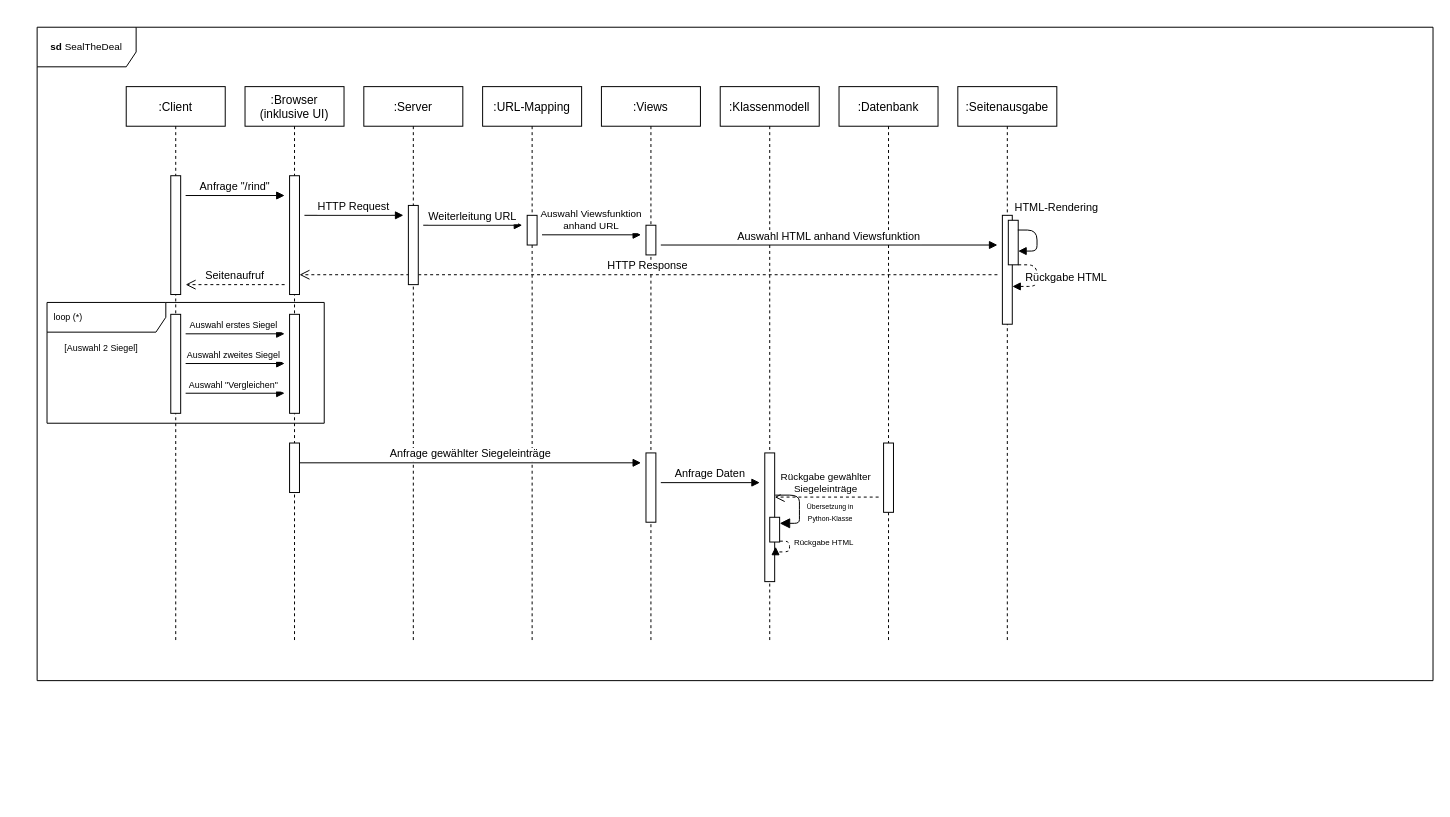
This is Sequenzdiagramm.drawio from schnarkus/SWE-II, a draw.io file, before an edit. Source tidied: cells renumbered, new cells numbered last; positions are measured from the earlier drawing's top-left corner, leaving out a move shared by most shapes. Both pictures are drawn from the tidied source at 99%, with x=0, y=0 at pixel (-166, 27).
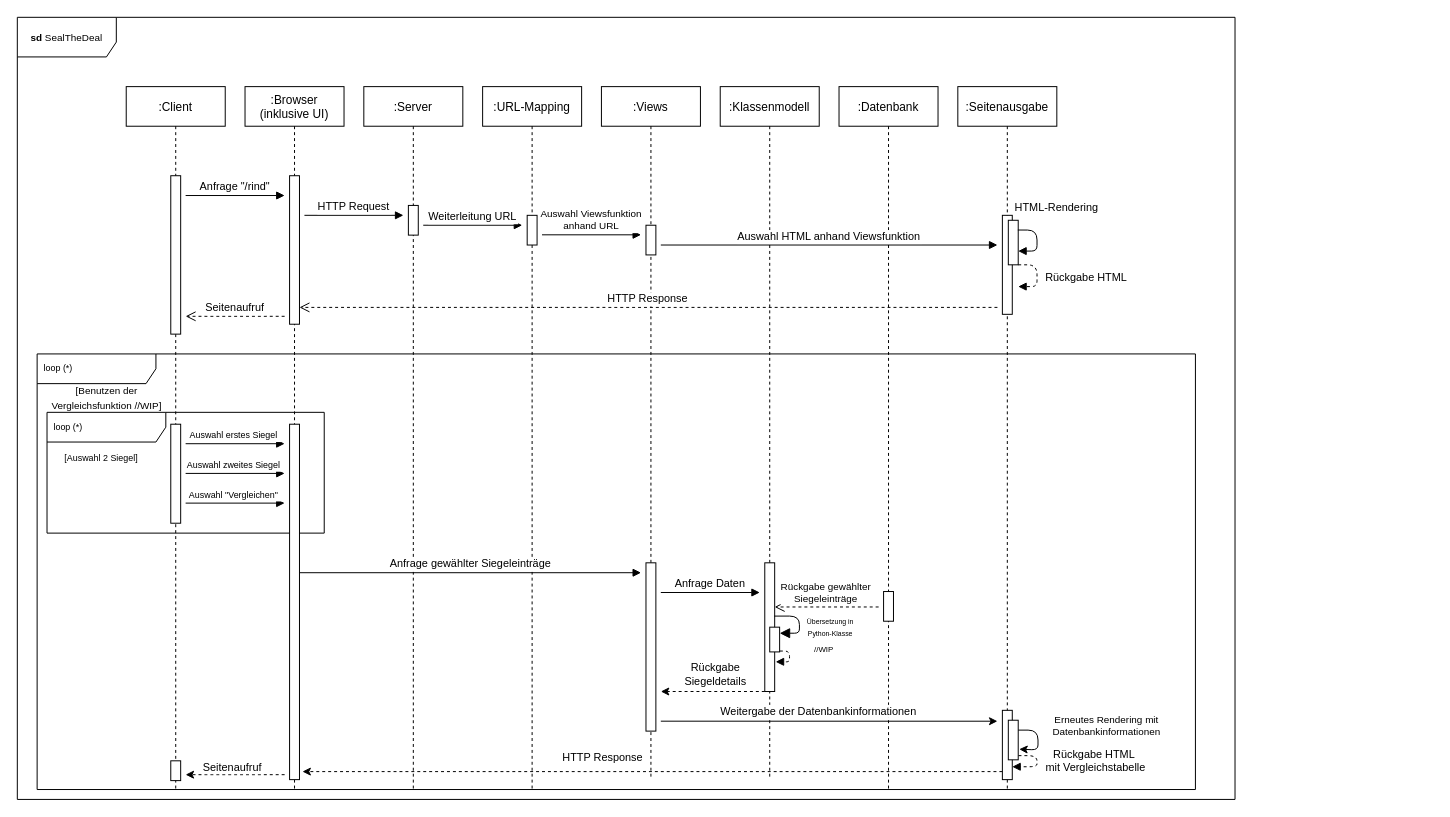
After the change.

Commit message:
Erster fertiger Entwurf

The edit, as a diff of the source:
```diff
@@
+    <mxCell id="3" value="&lt;font style=&quot;font-size: 10px&quot;&gt;&lt;b&gt;sd &lt;/b&gt;SealTheDeal&lt;/font&gt;" style="shape=umlFrame;whiteSpace=wrap;html=1;width=100;height=40;" parent="1" vertex="1">
+      <mxGeometry x="185" y="-10" width="1230" height="790" as="geometry" />
+    </mxCell>
     <mxCell id="2" value="loop (*)" style="shape=umlFrame;whiteSpace=wrap;html=1;width=120;height=30;boundedLbl=1;verticalAlign=middle;align=left;spacingLeft=5;fontSize=9;" parent="1" vertex="1">
-      <mxGeometry x="215" y="278" width="280" height="122" as="geometry" />
+      <mxGeometry x="215" y="389" width="280" height="122" as="geometry" />
     </mxCell>
-    <mxCell id="3" value="&lt;font style=&quot;font-size: 10px&quot;&gt;&lt;b&gt;sd &lt;/b&gt;SealTheDeal&lt;/font&gt;" style="shape=umlFrame;whiteSpace=wrap;html=1;width=100;height=40;" parent="1" vertex="1">
-      <mxGeometry x="205" width="1410" height="660" as="geometry" />
-    </mxCell>
@@
     <mxCell id="6" value=":Browser &#10;(inklusive UI)" style="shape=umlLifeline;perimeter=lifelinePerimeter;rounded=0;shadow=0;strokeWidth=1;" parent="1" vertex="1">
-      <mxGeometry x="415" y="60" width="100" height="560" as="geometry" />
+      <mxGeometry x="415" y="60" width="100" height="710" as="geometry" />
     </mxCell>
     <mxCell id="7" style="points=[];perimeter=orthogonalPerimeter;rounded=0;shadow=0;strokeWidth=1;" parent="6" vertex="1">
-      <mxGeometry x="45" y="90" width="10" height="120" as="geometry" />
+      <mxGeometry x="45" y="90" width="10" height="150" as="geometry" />
     </mxCell>
     <mxCell id="8" value="Auswahl erstes Siegel " style="verticalAlign=bottom;endArrow=block;shadow=0;strokeWidth=1;fontSize=9;" parent="6" edge="1">
       <mxGeometry relative="1" as="geometry">
-        <mxPoint x="-60" y="249.7" as="sourcePoint" />
-        <mxPoint x="40" y="249.7" as="targetPoint" />
+        <mxPoint x="-60" y="360.7" as="sourcePoint" />
+        <mxPoint x="40" y="360.7" as="targetPoint" />
       </mxGeometry>
     </mxCell>
     <mxCell id="9" value="Auswahl &quot;Vergleichen&quot; " style="verticalAlign=bottom;endArrow=block;shadow=0;strokeWidth=1;fontSize=9;" parent="6" edge="1">
       <mxGeometry relative="1" as="geometry">
-        <mxPoint x="-60" y="309.7" as="sourcePoint" />
-        <mxPoint x="40" y="309.7" as="targetPoint" />
+        <mxPoint x="-60" y="420.7" as="sourcePoint" />
+        <mxPoint x="40" y="420.7" as="targetPoint" />
       </mxGeometry>
     </mxCell>
-    <mxCell id="10" style="perimeter=orthogonalPerimeter;rounded=0;shadow=0;strokeWidth=1;" parent="6" vertex="1">
-      <mxGeometry x="45" y="360" width="10" height="50" as="geometry" />
-    </mxCell>
     <mxCell id="11" value=":Client" style="shape=umlLifeline;perimeter=lifelinePerimeter;rounded=0;shadow=0;strokeWidth=1;" parent="1" vertex="1">
-      <mxGeometry x="295" y="60" width="100" height="560" as="geometry" />
+      <mxGeometry x="295" y="60" width="100" height="710" as="geometry" />
     </mxCell>
     <mxCell id="12" style="perimeter=orthogonalPerimeter;rounded=0;shadow=0;strokeWidth=1;" parent="11" vertex="1">
-      <mxGeometry x="45" y="90" width="10" height="120" as="geometry" />
+      <mxGeometry x="45" y="90" width="10" height="160" as="geometry" />
     </mxCell>
+    <mxCell id="47" style="perimeter=orthogonalPerimeter;rounded=0;shadow=0;strokeWidth=1;" parent="11" vertex="1">
+      <mxGeometry x="45" y="681" width="10" height="20" as="geometry" />
+    </mxCell>
     <mxCell id="13" value=":Datenbank" style="shape=umlLifeline;perimeter=lifelinePerimeter;rounded=0;shadow=0;strokeWidth=1;" parent="1" vertex="1">
-      <mxGeometry x="1015" y="60" width="100" height="560" as="geometry" />
+      <mxGeometry x="1015" y="60" width="100" height="710" as="geometry" />
     </mxCell>
     <mxCell id="14" style="perimeter=orthogonalPerimeter;rounded=0;shadow=0;strokeWidth=1;" parent="13" vertex="1">
-      <mxGeometry x="45" y="360" width="10" height="70" as="geometry" />
+      <mxGeometry x="45" y="510" width="10" height="30" as="geometry" />
     </mxCell>
     <mxCell id="15" value="Rückgabe gewählter &#10;Siegeleinträge" style="verticalAlign=bottom;endArrow=open;dashed=1;endSize=8;shadow=0;strokeWidth=1;fontSize=10;" parent="13" edge="1" target="23">
       <mxGeometry relative="1" as="geometry">
-        <mxPoint x="40" y="414.6" as="sourcePoint" />
+        <mxPoint x="40" y="525.6" as="sourcePoint" />
       </mxGeometry>
     </mxCell>
     <mxCell id="16" value=":URL-Mapping" style="shape=umlLifeline;perimeter=lifelinePerimeter;rounded=0;shadow=0;strokeWidth=1;" parent="1" vertex="1">
-      <mxGeometry x="655" y="60" width="100" height="560" as="geometry" />
+      <mxGeometry x="655" y="60" width="100" height="710" as="geometry" />
     </mxCell>
@@
     <mxCell id="18" value=":Views" style="shape=umlLifeline;perimeter=lifelinePerimeter;rounded=0;shadow=0;strokeWidth=1;" parent="1" vertex="1">
-      <mxGeometry x="775" y="60" width="100" height="560" as="geometry" />
+      <mxGeometry x="775" y="60" width="100" height="700" as="geometry" />
     </mxCell>
@@
     <mxCell id="21" style="points=[];perimeter=orthogonalPerimeter;rounded=0;shadow=0;strokeWidth=1;" parent="18" vertex="1">
-      <mxGeometry x="45" y="370" width="10" height="70" as="geometry" />
+      <mxGeometry x="45" y="481" width="10" height="170" as="geometry" />
     </mxCell>
     <mxCell id="22" value=":Klassenmodell" style="shape=umlLifeline;perimeter=lifelinePerimeter;rounded=0;shadow=0;strokeWidth=1;" parent="1" vertex="1">
-      <mxGeometry x="895" y="60" width="100" height="560" as="geometry" />
+      <mxGeometry x="895" y="60" width="100" height="700" as="geometry" />
     </mxCell>
     <mxCell id="23" style="points=[];perimeter=orthogonalPerimeter;rounded=0;shadow=0;strokeWidth=1;" parent="22" vertex="1">
-      <mxGeometry x="45" y="370" width="10" height="130" as="geometry" />
+      <mxGeometry x="45" y="481" width="10" height="130" as="geometry" />
     </mxCell>
     <mxCell id="24" style="points=[];perimeter=orthogonalPerimeter;rounded=0;shadow=0;strokeWidth=1;" parent="22" vertex="1">
-      <mxGeometry x="50" y="435" width="10" height="25" as="geometry" />
+      <mxGeometry x="50" y="546" width="10" height="25" as="geometry" />
     </mxCell>
-    <mxCell id="25" style="verticalAlign=bottom;endArrow=block;endSize=8;shadow=0;strokeWidth=1;exitX=1.056;exitY=0.328;exitDx=0;exitDy=0;exitPerimeter=0;edgeStyle=orthogonalEdgeStyle;endFill=1;entryX=1.007;entryY=0.245;entryDx=0;entryDy=0;entryPerimeter=0;" parent="22" edge="1" source="23" target="24">
+    <mxCell id="25" style="verticalAlign=bottom;endArrow=block;endSize=8;shadow=0;strokeWidth=1;exitX=0.958;exitY=0.414;exitDx=0;exitDy=0;exitPerimeter=0;edgeStyle=orthogonalEdgeStyle;endFill=1;entryX=1.007;entryY=0.245;entryDx=0;entryDy=0;entryPerimeter=0;" parent="22" edge="1" source="23" target="24">
       <mxGeometry relative="1" as="geometry">
         <Array as="points">
-          <mxPoint x="80" y="426" />
-          <mxPoint x="80" y="441" />
-          <mxPoint x="66" y="441" />
+          <mxPoint x="80" y="535" />
+          <mxPoint x="80" y="552" />
         </Array>
       </mxGeometry>
     </mxCell>
@@
-    <mxCell id="27" value="Rückgabe HTML" style="verticalAlign=bottom;endArrow=block;shadow=0;strokeWidth=1;entryX=1.093;entryY=0.729;entryDx=0;entryDy=0;entryPerimeter=0;edgeStyle=orthogonalEdgeStyle;exitX=1.022;exitY=0.965;exitDx=0;exitDy=0;exitPerimeter=0;dashed=1;fontSize=8;" parent="22" edge="1" source="24" target="23">
+    <mxCell id="27" value="//WIP" style="verticalAlign=bottom;endArrow=block;shadow=0;strokeWidth=1;edgeStyle=orthogonalEdgeStyle;exitX=1.022;exitY=0.965;exitDx=0;exitDy=0;exitPerimeter=0;dashed=1;fontSize=8;" parent="22" edge="1" source="24">
       <mxGeometry x="-0.07" y="35" relative="1" as="geometry">
+        <mxPoint x="56" y="581" as="targetPoint" />
         <Array as="points">
-          <mxPoint x="70" y="459" />
-          <mxPoint x="70" y="470" />
-          <mxPoint x="56" y="470" />
+          <mxPoint x="70" y="570" />
+          <mxPoint x="70" y="581" />
+          <mxPoint x="56" y="581" />
         </Array>
       </mxGeometry>
     </mxCell>
     <mxCell id="28" value=":Seitenausgabe" style="shape=umlLifeline;perimeter=lifelinePerimeter;rounded=0;shadow=0;strokeWidth=1;" parent="1" vertex="1">
-      <mxGeometry x="1135" y="60" width="100" height="560" as="geometry" />
+      <mxGeometry x="1135" y="60" width="100" height="710" as="geometry" />
     </mxCell>
     <mxCell id="29" style="points=[];perimeter=orthogonalPerimeter;rounded=0;shadow=0;strokeWidth=1;" parent="28" vertex="1">
-      <mxGeometry x="45" y="130" width="10" height="110" as="geometry" />
+      <mxGeometry x="45" y="130" width="10" height="100" as="geometry" />
     </mxCell>
@@
-    <mxCell id="32" value="HTTP Response" style="verticalAlign=bottom;endArrow=open;dashed=1;endSize=8;shadow=0;strokeWidth=1;" parent="28" edge="1" target="7">
+    <mxCell id="32" value="HTTP Response" style="verticalAlign=bottom;endArrow=open;dashed=1;endSize=8;shadow=0;strokeWidth=1;" parent="28" edge="1">
       <mxGeometry relative="1" as="geometry">
-        <mxPoint x="40" y="190" as="sourcePoint" />
+        <mxPoint x="40" y="223" as="sourcePoint" />
+        <mxPoint x="-665" y="223" as="targetPoint" />
       </mxGeometry>
     </mxCell>
-    <mxCell id="33" value="Rückgabe HTML" style="verticalAlign=bottom;endArrow=block;shadow=0;strokeWidth=1;entryX=1.009;entryY=0.653;entryDx=0;entryDy=0;entryPerimeter=0;edgeStyle=orthogonalEdgeStyle;exitX=0.963;exitY=0.219;exitDx=0;exitDy=0;exitPerimeter=0;dashed=1;" parent="28" edge="1" target="29">
-      <mxGeometry x="0.24" y="30" relative="1" as="geometry">
+    <mxCell id="33" value="Rückgabe HTML" style="verticalAlign=bottom;endArrow=block;shadow=0;strokeWidth=1;edgeStyle=orthogonalEdgeStyle;exitX=0.963;exitY=0.219;exitDx=0;exitDy=0;exitPerimeter=0;dashed=1;" parent="28" edge="1">
+      <mxGeometry x="0.37" y="-50" relative="1" as="geometry">
         <mxPoint x="61" y="180" as="sourcePoint" />
+        <mxPoint x="61" y="202" as="targetPoint" />
         <Array as="points">
           <mxPoint x="80" y="180" />
           <mxPoint x="80" y="202" />
         </Array>
-        <mxPoint x="30" y="-30" as="offset" />
+        <mxPoint x="50" y="50" as="offset" />
       </mxGeometry>
     </mxCell>
+    <mxCell id="48" style="perimeter=orthogonalPerimeter;rounded=0;shadow=0;strokeWidth=1;" parent="28" vertex="1">
+      <mxGeometry x="45" y="630" width="10" height="70" as="geometry" />
+    </mxCell>
+    <mxCell id="49" style="points=[];perimeter=orthogonalPerimeter;rounded=0;shadow=0;strokeWidth=1;" parent="28" vertex="1">
+      <mxGeometry x="51" y="640" width="10" height="40" as="geometry" />
+    </mxCell>
+    <mxCell id="50" value="Rückgabe HTML&#10; mit Vergleichstabelle" style="verticalAlign=bottom;endArrow=block;shadow=0;strokeWidth=1;edgeStyle=orthogonalEdgeStyle;dashed=1;exitX=1.026;exitY=0.894;exitDx=0;exitDy=0;exitPerimeter=0;" parent="28" edge="1" source="49">
+      <mxGeometry x="0.15" y="61" relative="1" as="geometry">
+        <mxPoint x="55" y="687" as="targetPoint" />
+        <Array as="points">
+          <mxPoint x="80" y="676" />
+          <mxPoint x="80" y="687" />
+        </Array>
+        <mxPoint x="60" y="-51" as="offset" />
+      </mxGeometry>
+    </mxCell>
+    <mxCell id="51" style="edgeStyle=orthogonalEdgeStyle;html=1;entryX=1.106;entryY=0.732;entryDx=0;entryDy=0;entryPerimeter=0;fontSize=10;" parent="28" edge="1" source="49" target="49">
+      <mxGeometry relative="1" as="geometry">
+        <Array as="points">
+          <mxPoint x="61" y="657" />
+        </Array>
+      </mxGeometry>
+    </mxCell>
@@
     <mxCell id="35" value=":Server" style="shape=umlLifeline;perimeter=lifelinePerimeter;rounded=0;shadow=0;strokeWidth=1;" parent="1" vertex="1">
-      <mxGeometry x="535" y="60" width="100" height="560" as="geometry" />
+      <mxGeometry x="535" y="60" width="100" height="710" as="geometry" />
     </mxCell>
     <mxCell id="36" style="perimeter=orthogonalPerimeter;rounded=0;shadow=0;strokeWidth=1;" parent="35" vertex="1">
-      <mxGeometry x="45" y="120" width="10" height="80" as="geometry" />
+      <mxGeometry x="45" y="120" width="10" height="30" as="geometry" />
     </mxCell>
     <mxCell id="37" value="Anfrage gewählter Siegeleinträge" style="verticalAlign=bottom;endArrow=block;shadow=0;strokeWidth=1;" parent="35" edge="1">
       <mxGeometry relative="1" as="geometry">
-        <mxPoint x="-65" y="380" as="sourcePoint" />
-        <mxPoint x="280" y="380" as="targetPoint" />
+        <mxPoint x="-65" y="491" as="sourcePoint" />
+        <mxPoint x="280" y="491" as="targetPoint" />
       </mxGeometry>
     </mxCell>
@@
     <mxCell id="39" value="Seitenaufruf" style="verticalAlign=bottom;endArrow=open;dashed=1;endSize=8;shadow=0;strokeWidth=1;" parent="1" edge="1">
       <mxGeometry relative="1" as="geometry">
-        <mxPoint x="455" y="260" as="sourcePoint" />
-        <mxPoint x="355" y="260" as="targetPoint" />
+        <mxPoint x="455" y="292" as="sourcePoint" />
+        <mxPoint x="355" y="292" as="targetPoint" />
       </mxGeometry>
     </mxCell>
@@
     <mxCell id="42" value="Auswahl zweites Siegel " style="verticalAlign=bottom;endArrow=block;shadow=0;strokeWidth=1;fontSize=9;" parent="1" edge="1">
       <mxGeometry relative="1" as="geometry">
-        <mxPoint x="355" y="339.7" as="sourcePoint" />
-        <mxPoint x="455" y="339.7" as="targetPoint" />
+        <mxPoint x="355" y="450.7" as="sourcePoint" />
+        <mxPoint x="455" y="450.7" as="targetPoint" />
       </mxGeometry>
     </mxCell>
     <mxCell id="43" value="[Auswahl 2 Siegel]" style="text;html=1;strokeColor=none;fillColor=none;align=center;verticalAlign=middle;whiteSpace=wrap;rounded=0;fontSize=9;" parent="1" vertex="1">
-      <mxGeometry x="225" y="310" width="90" height="30" as="geometry" />
+      <mxGeometry x="225" y="421" width="90" height="30" as="geometry" />
     </mxCell>
     <mxCell id="44" style="perimeter=orthogonalPerimeter;rounded=0;shadow=0;strokeWidth=1;" parent="1" vertex="1">
-      <mxGeometry x="340" y="290" width="10" height="100" as="geometry" />
+      <mxGeometry x="340" y="401" width="10" height="100" as="geometry" />
     </mxCell>
     <mxCell id="45" style="perimeter=orthogonalPerimeter;rounded=0;shadow=0;strokeWidth=1;" parent="1" vertex="1">
-      <mxGeometry x="460" y="290" width="10" height="100" as="geometry" />
+      <mxGeometry x="460" y="401" width="10" height="359" as="geometry" />
     </mxCell>
     <mxCell id="46" value="Anfrage Daten" style="verticalAlign=bottom;endArrow=block;shadow=0;strokeWidth=1;" parent="1" edge="1">
       <mxGeometry relative="1" as="geometry">
-        <mxPoint x="835" y="460" as="sourcePoint" />
-        <mxPoint x="935" y="460" as="targetPoint" />
+        <mxPoint x="835" y="571" as="sourcePoint" />
+        <mxPoint x="935" y="571" as="targetPoint" />
       </mxGeometry>
     </mxCell>
+    <mxCell id="52" style="edgeStyle=none;html=1;dashed=1;" parent="1" edge="1" source="23">
+      <mxGeometry relative="1" as="geometry">
+        <mxPoint x="835" y="671" as="targetPoint" />
+      </mxGeometry>
+    </mxCell>
+    <mxCell id="53" value="Rückgabe &lt;br&gt;Siegeldetails" style="edgeLabel;html=1;align=center;verticalAlign=middle;" parent="52" vertex="1">
+      <mxGeometry x="0.15" relative="1" as="geometry">
+        <mxPoint x="9" y="-18" as="offset" />
+      </mxGeometry>
+    </mxCell>
+    <mxCell id="54" style="edgeStyle=none;html=1;exitX=1.5;exitY=0.941;exitDx=0;exitDy=0;exitPerimeter=0;" parent="1" edge="1" source="21">
+      <mxGeometry relative="1" as="geometry">
+        <mxPoint x="1175" y="701" as="targetPoint" />
+      </mxGeometry>
+    </mxCell>
+    <mxCell id="55" value="Weitergabe der Datenbankinformationen" style="edgeLabel;html=1;align=center;verticalAlign=middle;" parent="54" vertex="1">
+      <mxGeometry x="-0.11" relative="1" as="geometry">
+        <mxPoint x="8" y="-10" as="offset" />
+      </mxGeometry>
+    </mxCell>
+    <mxCell id="56" value="loop (*)" style="shape=umlFrame;whiteSpace=wrap;html=1;width=120;height=30;boundedLbl=1;verticalAlign=middle;align=left;spacingLeft=5;fontSize=9;" parent="1" vertex="1">
+      <mxGeometry x="205" y="330" width="1170" height="440" as="geometry" />
+    </mxCell>
+    <mxCell id="57" style="edgeStyle=none;html=1;entryX=1.3;entryY=0.93;entryDx=0;entryDy=0;entryPerimeter=0;dashed=1;" parent="1" edge="1">
+      <mxGeometry relative="1" as="geometry">
+        <mxPoint x="1180" y="751.9" as="sourcePoint" />
+        <mxPoint x="473" y="751.9" as="targetPoint" />
+      </mxGeometry>
+    </mxCell>
+    <mxCell id="58" value="HTTP Response" style="edgeLabel;html=1;align=center;verticalAlign=middle;" parent="57" vertex="1">
+      <mxGeometry x="0.14" y="-1" relative="1" as="geometry">
+        <mxPoint x="-2" y="-13" as="offset" />
+      </mxGeometry>
+    </mxCell>
+    <mxCell id="59" style="edgeStyle=none;html=1;dashed=1;" parent="1" edge="1">
+      <mxGeometry relative="1" as="geometry">
+        <mxPoint x="455" y="755" as="sourcePoint" />
+        <mxPoint x="355" y="755" as="targetPoint" />
+      </mxGeometry>
+    </mxCell>
+    <mxCell id="60" value="Seitenaufruf" style="edgeLabel;html=1;align=center;verticalAlign=middle;" parent="59" vertex="1">
+      <mxGeometry x="0.08" y="-1" relative="1" as="geometry">
+        <mxPoint y="-7" as="offset" />
+      </mxGeometry>
+    </mxCell>
+    <mxCell id="61" value="&lt;font style=&quot;font-size: 10px&quot;&gt;[Benutzen der &lt;br&gt;Vergleichsfunktion //WIP]&lt;/font&gt;" style="text;html=1;align=center;verticalAlign=middle;strokeColor=none;fillColor=none;" parent="1" vertex="1">
+      <mxGeometry x="210" y="354" width="130" height="40" as="geometry" />
+    </mxCell>
+    <mxCell id="62" value="Erneutes Rendering mit &lt;br&gt;Datenbankinformationen" style="text;html=1;align=center;verticalAlign=middle;strokeColor=none;fillColor=none;fontSize=10;" parent="1" vertex="1">
+      <mxGeometry x="1225" y="690" width="120" height="30" as="geometry" />
+    </mxCell>
```
